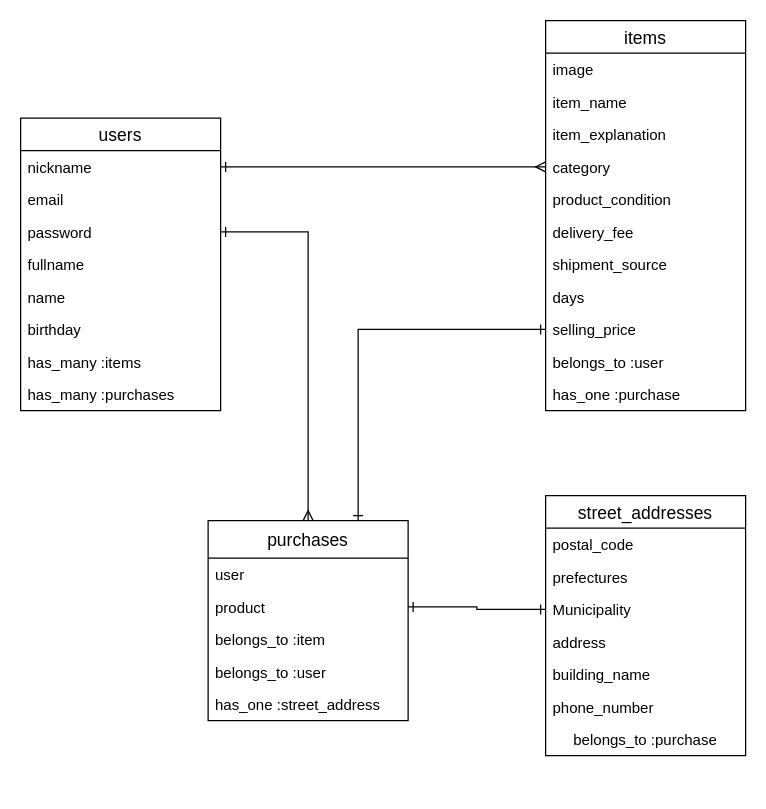
This is Furima.dio from nakahashi-yuki/furima-31022, a draw.io file, before an edit. Source tidied: cells renumbered, new cells numbered last; positions are measured from the earlier drawing's top-left corner, leaving out a move shared by most shapes. Both pictures are drawn from the tidied source at 125%, with x=0, y=0 at pixel (20, 20).
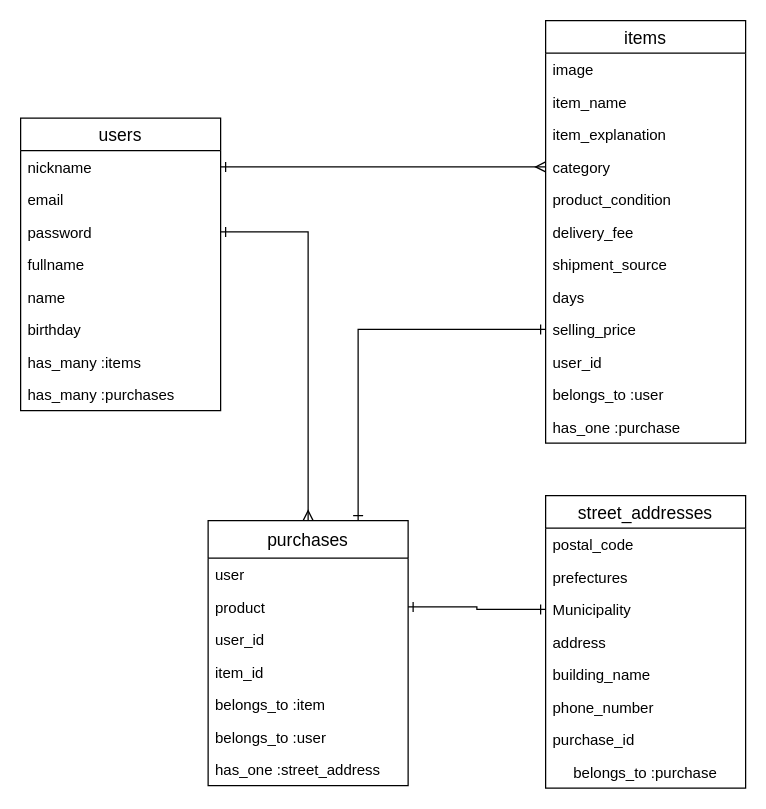
Above is the later version.

The edit, as a diff of the source:
```diff
@@
     <mxCell id="2" value="items" style="swimlane;fontStyle=0;horizontal=1;startSize=26;align=center;fontSize=14;" parent="1" vertex="1">
-      <mxGeometry x="420" width="160" height="312" as="geometry" />
+      <mxGeometry x="420" width="160" height="338" as="geometry" />
     </mxCell>
@@
+    <mxCell id="41" value="user_id" style="text;strokeColor=none;fillColor=none;spacingLeft=4;spacingRight=4;overflow=hidden;fontSize=12;" parent="2" vertex="1">
+      <mxGeometry y="260" width="160" height="26" as="geometry" />
+    </mxCell>
     <mxCell id="12" value="belongs_to :user" style="text;strokeColor=none;fillColor=none;spacingLeft=4;spacingRight=4;overflow=hidden;fontSize=12;" parent="2" vertex="1">
-      <mxGeometry y="260" width="160" height="26" as="geometry" />
+      <mxGeometry y="286" width="160" height="26" as="geometry" />
     </mxCell>
     <mxCell id="13" value="has_one :purchase" style="text;strokeColor=none;fillColor=none;spacingLeft=4;spacingRight=4;overflow=hidden;fontSize=12;" parent="2" vertex="1">
-      <mxGeometry y="286" width="160" height="26" as="geometry" />
+      <mxGeometry y="312" width="160" height="26" as="geometry" />
     </mxCell>
@@
     <mxCell id="25" value="street_addresses" style="swimlane;fontStyle=0;horizontal=1;startSize=26;align=center;fontSize=14;" parent="1" vertex="1">
-      <mxGeometry x="420" y="380" width="160" height="208" as="geometry" />
+      <mxGeometry x="420" y="380" width="160" height="234" as="geometry" />
     </mxCell>
@@
+    <mxCell id="42" value="purchase_id" style="text;strokeColor=none;fillColor=none;spacingLeft=4;spacingRight=4;overflow=hidden;fontSize=12;" parent="25" vertex="1">
+      <mxGeometry y="182" width="160" height="26" as="geometry" />
+    </mxCell>
     <mxCell id="32" value="belongs_to :purchase" style="text;strokeColor=none;fillColor=none;spacingLeft=4;spacingRight=4;overflow=hidden;fontSize=12;align=center;" parent="25" vertex="1">
-      <mxGeometry y="182" width="160" height="26" as="geometry" />
+      <mxGeometry y="208" width="160" height="26" as="geometry" />
     </mxCell>
     <mxCell id="33" value="purchases" style="swimlane;fontStyle=0;horizontal=1;startSize=30;align=center;fontSize=14;" parent="1" vertex="1">
-      <mxGeometry x="150" y="400" width="160" height="160" as="geometry" />
+      <mxGeometry x="150" y="400" width="160" height="212" as="geometry" />
     </mxCell>
@@
+    <mxCell id="43" value="user_id" style="text;strokeColor=none;fillColor=none;spacingLeft=4;spacingRight=4;overflow=hidden;fontSize=12;" parent="33" vertex="1">
+      <mxGeometry y="82" width="160" height="26" as="geometry" />
+    </mxCell>
+    <mxCell id="44" value="item_id" style="text;strokeColor=none;fillColor=none;spacingLeft=4;spacingRight=4;overflow=hidden;fontSize=12;" parent="33" vertex="1">
+      <mxGeometry y="108" width="160" height="26" as="geometry" />
+    </mxCell>
     <mxCell id="36" value="belongs_to :item" style="text;strokeColor=none;fillColor=none;spacingLeft=4;spacingRight=4;overflow=hidden;fontSize=12;" parent="33" vertex="1">
-      <mxGeometry y="82" width="160" height="26" as="geometry" />
+      <mxGeometry y="134" width="160" height="26" as="geometry" />
     </mxCell>
     <mxCell id="37" value="belongs_to :user" style="text;strokeColor=none;fillColor=none;spacingLeft=4;spacingRight=4;overflow=hidden;fontSize=12;" parent="33" vertex="1">
-      <mxGeometry y="108" width="160" height="26" as="geometry" />
+      <mxGeometry y="160" width="160" height="26" as="geometry" />
     </mxCell>
     <mxCell id="38" value="has_one :street_address" style="text;strokeColor=none;fillColor=none;spacingLeft=4;spacingRight=4;overflow=hidden;fontSize=12;" parent="33" vertex="1">
-      <mxGeometry y="134" width="160" height="26" as="geometry" />
+      <mxGeometry y="186" width="160" height="26" as="geometry" />
     </mxCell>
```
